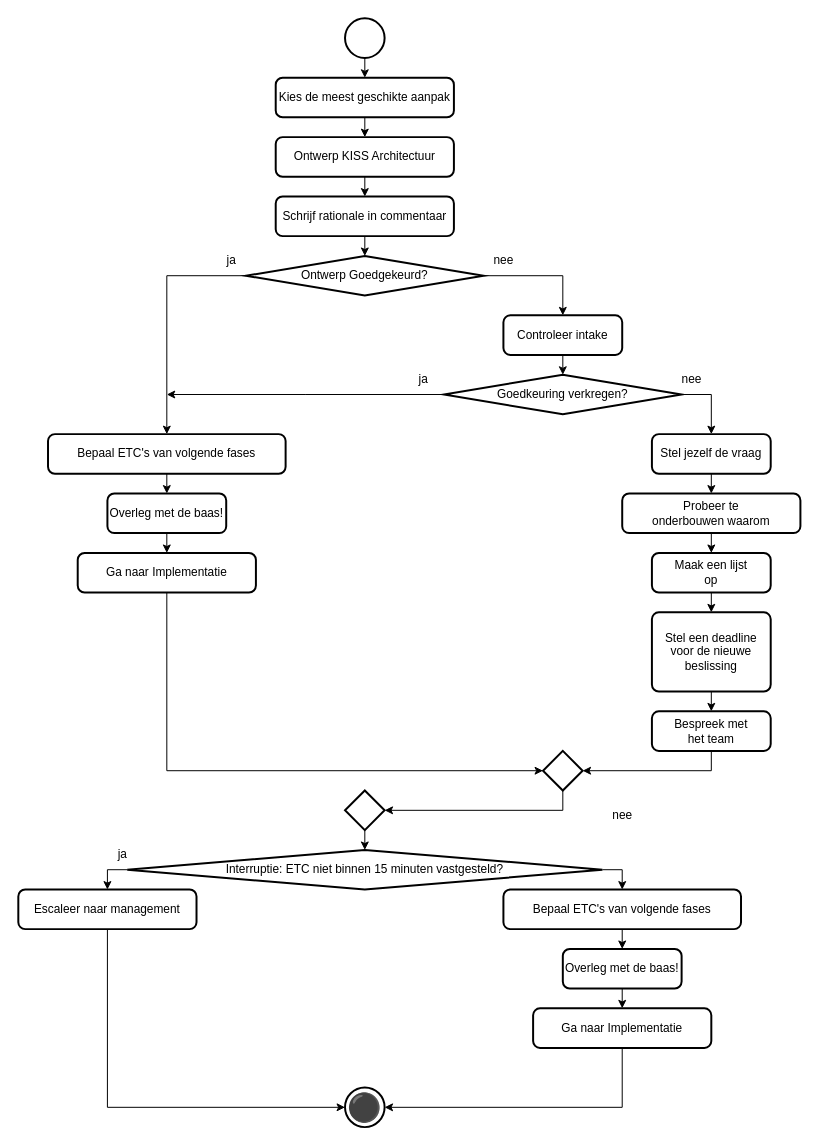
Above: 3 Issue Tracker ontwerp.drawio in Zaibatsu89/IssueTracker (draw.io), before the change. Source tidied: cells renumbered, new cells numbered last; positions are measured from the earlier drawing's top-left corner, leaving out a move shared by most shapes. Both pictures are drawn from the tidied source at 99%, with x=0, y=0 at pixel (18, 18).
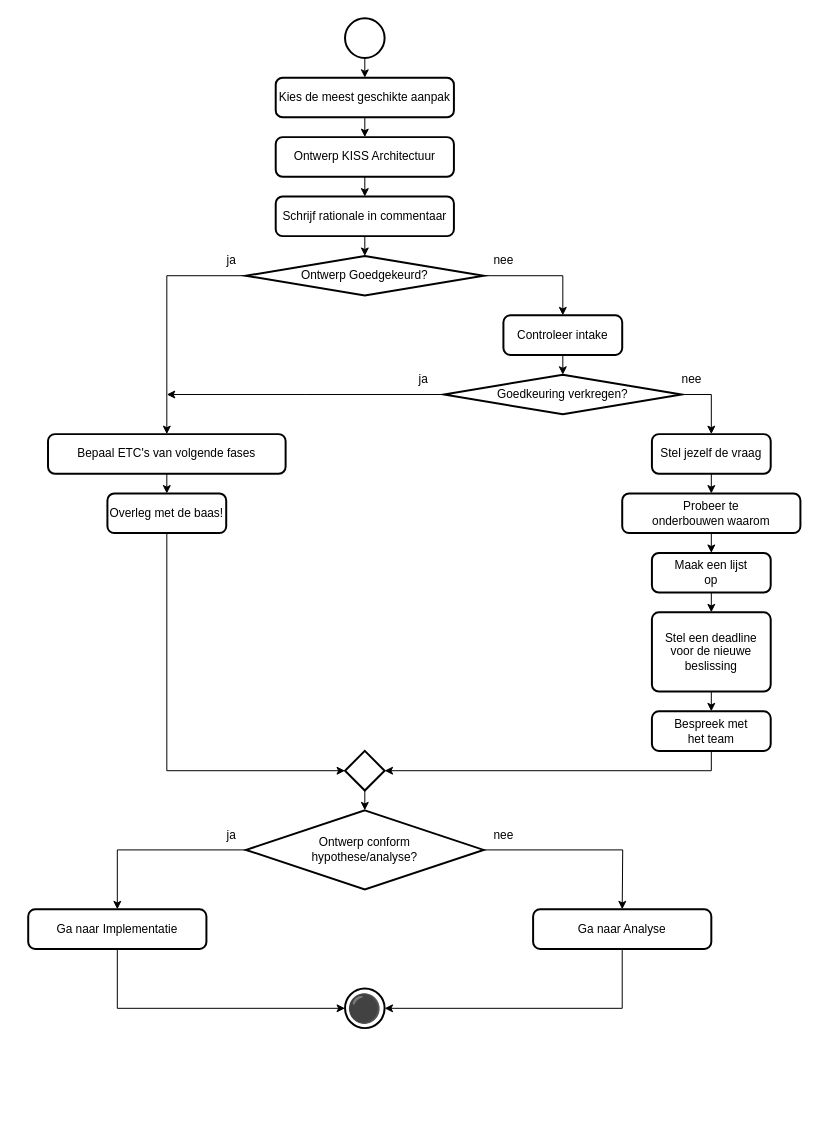
After the change.

Commit message (it also covers changes not shown here):
de hypothese/oplossingsrichting op momenten herevalueren, in flowcharts

Unchanged cells that the change refers to:
```xml
<mxCell id="48" value="Overleg met de baas!" style="rounded=1;whiteSpace=wrap;html=1;absoluteArcSize=1;arcSize=14;strokeWidth=2;" parent="1" vertex="1">
  <mxGeometry x="90" y="480" width="120" height="40" as="geometry" />
</mxCell>
```

Change to the diagram source:
```diff
@@
     <mxCell id="20" value="Ga naar Implementatie" style="rounded=1;whiteSpace=wrap;html=1;absoluteArcSize=1;arcSize=14;strokeWidth=2;" parent="1" vertex="1">
-      <mxGeometry x="60" y="540" width="180" height="40" as="geometry" />
+      <mxGeometry x="10" y="900" width="180" height="40" as="geometry" />
     </mxCell>
@@
     <mxCell id="32" style="strokeWidth=2;html=1;shape=mxgraph.flowchart.decision;whiteSpace=wrap;" parent="1" vertex="1">
-      <mxGeometry x="530" y="740" width="40" height="40" as="geometry" />
+      <mxGeometry x="330" y="740" width="40" height="40" as="geometry" />
     </mxCell>
@@
-    <mxCell id="34" style="edgeStyle=orthogonalEdgeStyle;rounded=0;jettySize=auto;html=1;exitX=0.5;exitY=1;exitDx=0;exitDy=0;entryX=0;entryY=0.5;entryDx=0;entryDy=0;entryPerimeter=0;" parent="1" edge="1" source="20" target="32">
-      <mxGeometry relative="1" as="geometry" />
-    </mxCell>
-    <mxCell id="35" style="strokeWidth=2;html=1;shape=mxgraph.flowchart.decision;whiteSpace=wrap;" parent="1" vertex="1">
-      <mxGeometry x="330" y="780" width="40" height="40" as="geometry" />
-    </mxCell>
-    <mxCell id="36" style="edgeStyle=orthogonalEdgeStyle;rounded=0;jettySize=auto;html=1;exitX=0.5;exitY=1;exitDx=0;exitDy=0;exitPerimeter=0;entryX=1;entryY=0.5;entryDx=0;entryDy=0;entryPerimeter=0;" parent="1" edge="1" source="32" target="35">
-      <mxGeometry relative="1" as="geometry" />
-    </mxCell>
-    <mxCell id="37" style="edgeStyle=orthogonalEdgeStyle;rounded=0;jettySize=auto;html=1;exitX=0;exitY=0.5;exitDx=0;exitDy=0;exitPerimeter=0;entryX=0.5;entryY=0;entryDx=0;entryDy=0;" parent="1" edge="1" source="39" target="41">
-      <mxGeometry relative="1" as="geometry" />
-    </mxCell>
-    <mxCell id="38" style="edgeStyle=orthogonalEdgeStyle;rounded=0;jettySize=auto;html=1;exitX=1;exitY=0.5;exitDx=0;exitDy=0;exitPerimeter=0;entryX=0.5;entryY=0;entryDx=0;entryDy=0;" parent="1" edge="1" source="39" target="51">
-      <mxGeometry relative="1" as="geometry" />
+    <mxCell id="38" style="edgeStyle=orthogonalEdgeStyle;rounded=0;jettySize=auto;html=1;exitX=1;exitY=0.5;exitDx=0;exitDy=0;exitPerimeter=0;entryX=0.5;entryY=0;entryDx=0;entryDy=0;" parent="1" edge="1" source="39">
+      <mxGeometry relative="1" as="geometry">
+        <mxPoint x="610" y="900" as="targetPoint" />
+      </mxGeometry>
     </mxCell>
+    <mxCell id="56" style="edgeStyle=orthogonalEdgeStyle;rounded=0;jettySize=auto;html=1;exitX=0;exitY=0.5;exitDx=0;exitDy=0;exitPerimeter=0;entryX=0.5;entryY=0;entryDx=0;entryDy=0;" parent="1" edge="1" source="39" target="20">
+      <mxGeometry relative="1" as="geometry" />
+    </mxCell>
-    <mxCell id="39" value="Interruptie: ETC niet binnen 15 minuten vastgesteld?" style="strokeWidth=2;html=1;shape=mxgraph.flowchart.decision;whiteSpace=wrap;" parent="1" vertex="1">
-      <mxGeometry x="110" y="840" width="480" height="40" as="geometry" />
+    <mxCell id="39" value="Ontwerp conform&lt;br&gt;hypothese/analyse?" style="strokeWidth=2;html=1;shape=mxgraph.flowchart.decision;whiteSpace=wrap;" parent="1" vertex="1">
+      <mxGeometry x="230" y="800" width="240" height="80" as="geometry" />
     </mxCell>
-    <mxCell id="40" style="edgeStyle=orthogonalEdgeStyle;rounded=0;jettySize=auto;html=1;exitX=0.5;exitY=1;exitDx=0;exitDy=0;exitPerimeter=0;entryX=0.5;entryY=0;entryDx=0;entryDy=0;entryPerimeter=0;" parent="1" edge="1" source="35" target="39">
-      <mxGeometry relative="1" as="geometry" />
-    </mxCell>
-    <mxCell id="41" value="Escaleer naar management" style="rounded=1;whiteSpace=wrap;html=1;absoluteArcSize=1;arcSize=14;strokeWidth=2;" parent="1" vertex="1">
-      <mxGeometry y="880" width="180" height="40" as="geometry" />
-    </mxCell>
     <mxCell id="42" value="ja" style="text;html=1;align=center;verticalAlign=middle;strokeColor=none;fillColor=none;" parent="1" vertex="1">
-      <mxGeometry x="90" y="830" width="30" height="30" as="geometry" />
+      <mxGeometry x="200" y="810" width="30" height="30" as="geometry" />
     </mxCell>
-    <mxCell id="43" value="Ga naar Implementatie" style="rounded=1;whiteSpace=wrap;html=1;absoluteArcSize=1;arcSize=14;strokeWidth=2;" parent="1" vertex="1">
-      <mxGeometry x="520" y="1000" width="180" height="40" as="geometry" />
+    <mxCell id="43" value="Ga naar Analyse" style="rounded=1;whiteSpace=wrap;html=1;absoluteArcSize=1;arcSize=14;strokeWidth=2;" parent="1" vertex="1">
+      <mxGeometry x="520" y="900" width="180" height="40" as="geometry" />
     </mxCell>
     <mxCell id="44" value="&lt;span&gt;⚫&lt;/span&gt;" style="strokeWidth=2;html=1;shape=mxgraph.flowchart.start_2;whiteSpace=wrap;fontSize=28;" parent="1" vertex="1">
-      <mxGeometry x="330" y="1080" width="40" height="40" as="geometry" />
+      <mxGeometry x="330" y="980" width="40" height="40" as="geometry" />
     </mxCell>
@@
-    <mxCell id="47" style="edgeStyle=orthogonalEdgeStyle;rounded=0;jettySize=auto;html=1;exitX=0.5;exitY=1;exitDx=0;exitDy=0;entryX=0.5;entryY=0;entryDx=0;entryDy=0;" parent="1" edge="1" source="48" target="20">
-      <mxGeometry relative="1" as="geometry" />
-    </mxCell>
@@
     <mxCell id="49" value="nee" style="text;html=1;align=center;verticalAlign=middle;strokeColor=none;fillColor=none;" parent="1" vertex="1">
-      <mxGeometry x="590" y="790" width="40" height="30" as="geometry" />
+      <mxGeometry x="470" y="810" width="40" height="30" as="geometry" />
     </mxCell>
-    <mxCell id="50" style="edgeStyle=orthogonalEdgeStyle;rounded=0;jettySize=auto;html=1;exitX=0.5;exitY=1;exitDx=0;exitDy=0;entryX=0.5;entryY=0;entryDx=0;entryDy=0;" parent="1" edge="1" source="51" target="53">
-      <mxGeometry relative="1" as="geometry" />
-    </mxCell>
-    <mxCell id="51" value="Bepaal ETC's van volgende fases" style="rounded=1;whiteSpace=wrap;html=1;absoluteArcSize=1;arcSize=14;strokeWidth=2;" parent="1" vertex="1">
-      <mxGeometry x="490" y="880" width="240" height="40" as="geometry" />
-    </mxCell>
-    <mxCell id="52" style="edgeStyle=orthogonalEdgeStyle;rounded=0;jettySize=auto;html=1;exitX=0.5;exitY=1;exitDx=0;exitDy=0;entryX=0.5;entryY=0;entryDx=0;entryDy=0;" parent="1" edge="1" source="53" target="43">
-      <mxGeometry relative="1" as="geometry" />
-    </mxCell>
-    <mxCell id="53" value="Overleg met de baas!" style="rounded=1;whiteSpace=wrap;html=1;absoluteArcSize=1;arcSize=14;strokeWidth=2;" parent="1" vertex="1">
-      <mxGeometry x="550" y="940" width="120" height="40" as="geometry" />
-    </mxCell>
@@
-    <mxCell id="55" style="edgeStyle=orthogonalEdgeStyle;rounded=0;jettySize=auto;html=1;exitX=0.5;exitY=1;exitDx=0;exitDy=0;entryX=0;entryY=0.5;entryDx=0;entryDy=0;entryPerimeter=0;" parent="1" edge="1" source="41" target="44">
-      <mxGeometry relative="1" as="geometry" />
-    </mxCell>
+    <mxCell id="57" style="edgeStyle=orthogonalEdgeStyle;rounded=0;jettySize=auto;html=1;exitX=0.5;exitY=1;exitDx=0;exitDy=0;exitPerimeter=0;entryX=0.5;entryY=0;entryDx=0;entryDy=0;entryPerimeter=0;" parent="1" edge="1" source="32" target="39">
+      <mxGeometry relative="1" as="geometry" />
+    </mxCell>
+    <mxCell id="58" style="edgeStyle=orthogonalEdgeStyle;rounded=0;jettySize=auto;html=1;exitX=0.5;exitY=1;exitDx=0;exitDy=0;entryX=0;entryY=0.5;entryDx=0;entryDy=0;entryPerimeter=0;" parent="1" edge="1" source="48" target="32">
+      <mxGeometry relative="1" as="geometry" />
+    </mxCell>
+    <mxCell id="59" style="edgeStyle=orthogonalEdgeStyle;rounded=0;jettySize=auto;html=1;exitX=0.5;exitY=1;exitDx=0;exitDy=0;entryX=0;entryY=0.5;entryDx=0;entryDy=0;entryPerimeter=0;" parent="1" edge="1" source="20" target="44">
+      <mxGeometry relative="1" as="geometry" />
+    </mxCell>
```
